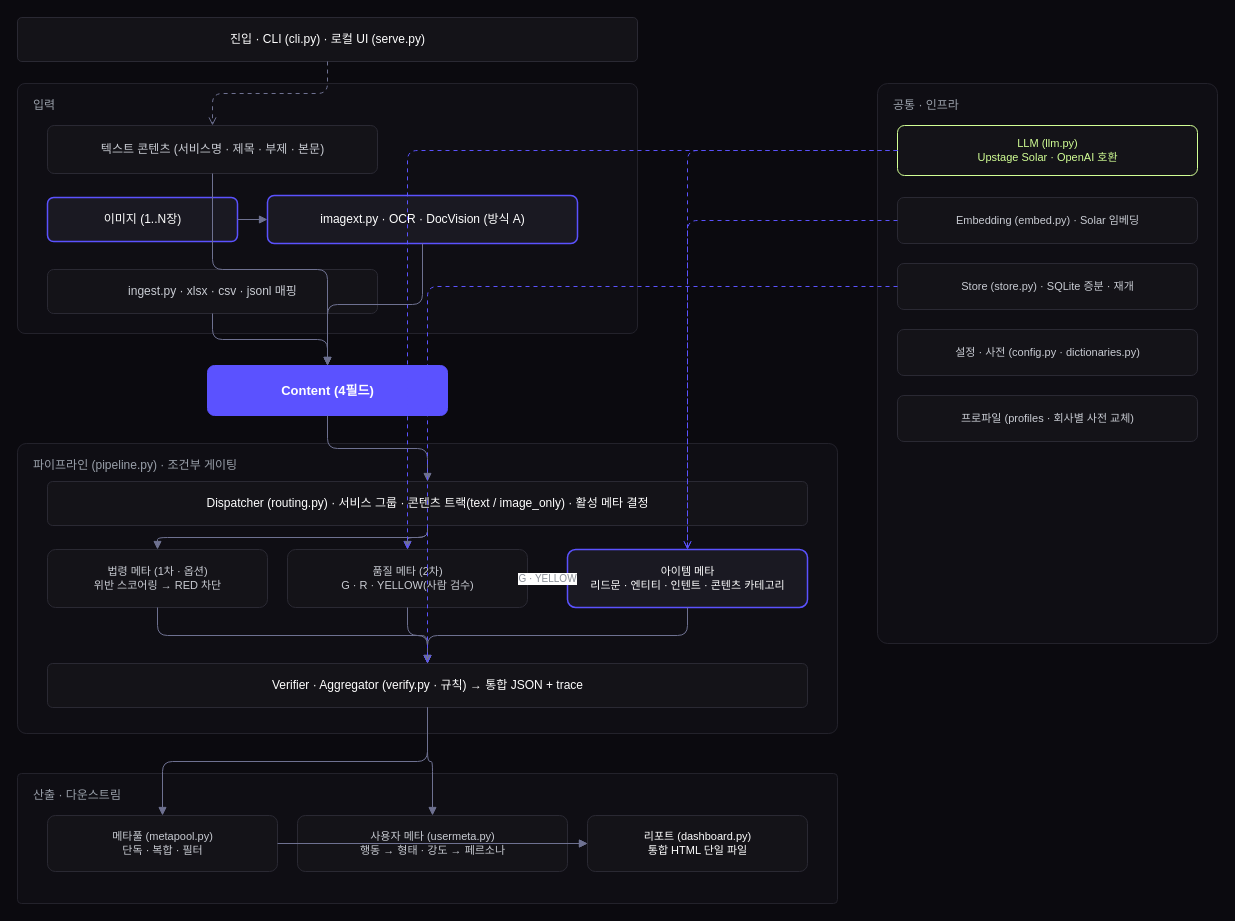
Earlier version of the draw.io diagram docs/prism_architecture.drawio (onam2518/prism). Source tidied: cells renumbered, new cells numbered last; positions are measured from the earlier drawing's top-left corner, leaving out a move shared by most shapes. Both pictures are drawn from the tidied source at 100%, with x=0, y=0 at pixel (17, 17).
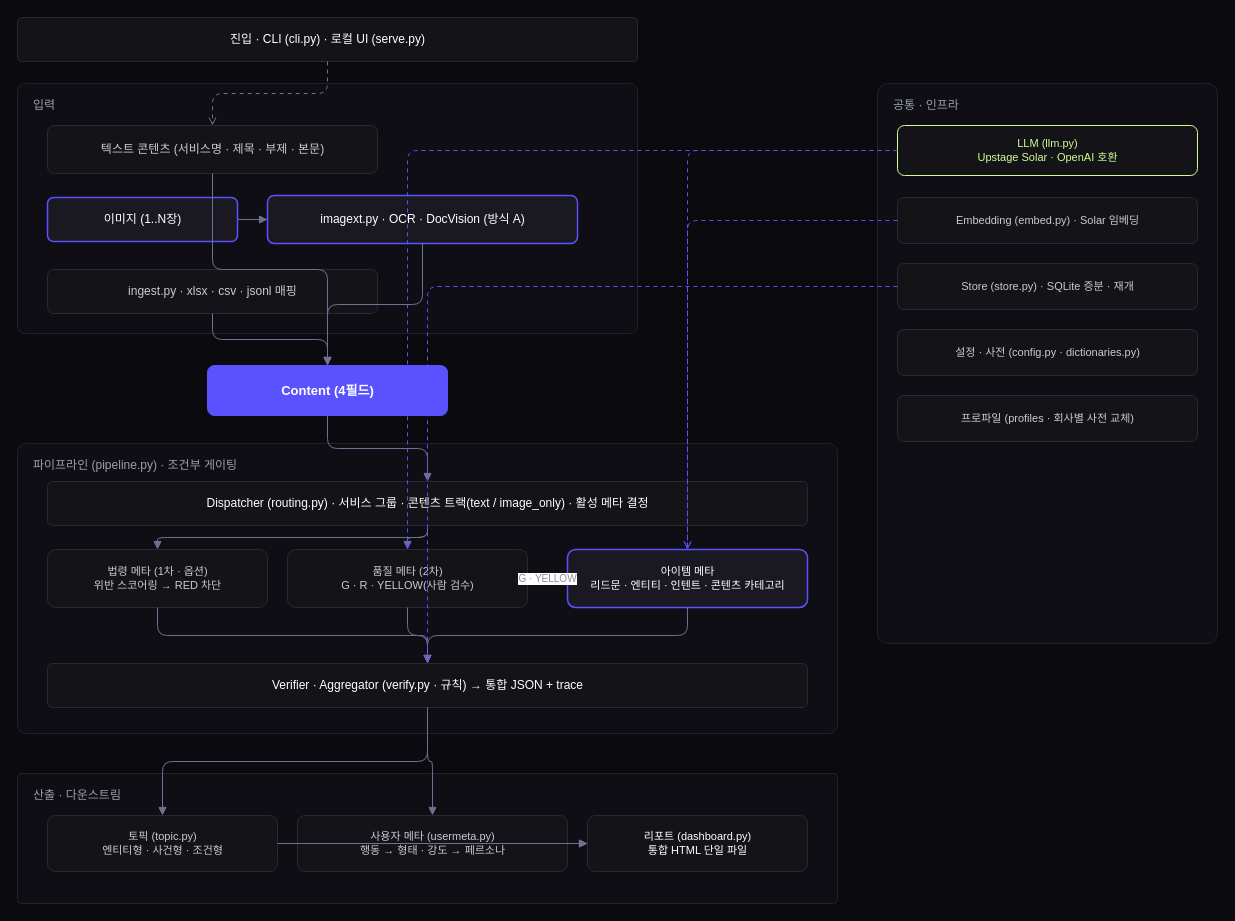
The same diagram, later.

Diff of the diagram source:
```diff
@@
-    <mxCell id="17" value="메타풀 (metapool.py)&#10;단독 · 복합 · 필터" style="rounded=1;arcSize=14;fillColor=#141318;strokeColor=#2a2933;fontColor=#c9ccd3;fontSize=11;html=1;" parent="1" vertex="1">
+    <mxCell id="17" value="토픽 (topic.py)&#10;엔티티형 · 사건형 · 조건형" style="rounded=1;arcSize=14;fillColor=#141318;strokeColor=#2a2933;fontColor=#c9ccd3;fontSize=11;html=1;" parent="1" vertex="1">
       <mxGeometry x="30" y="798" width="230" height="56" as="geometry" />
     </mxCell>
```
